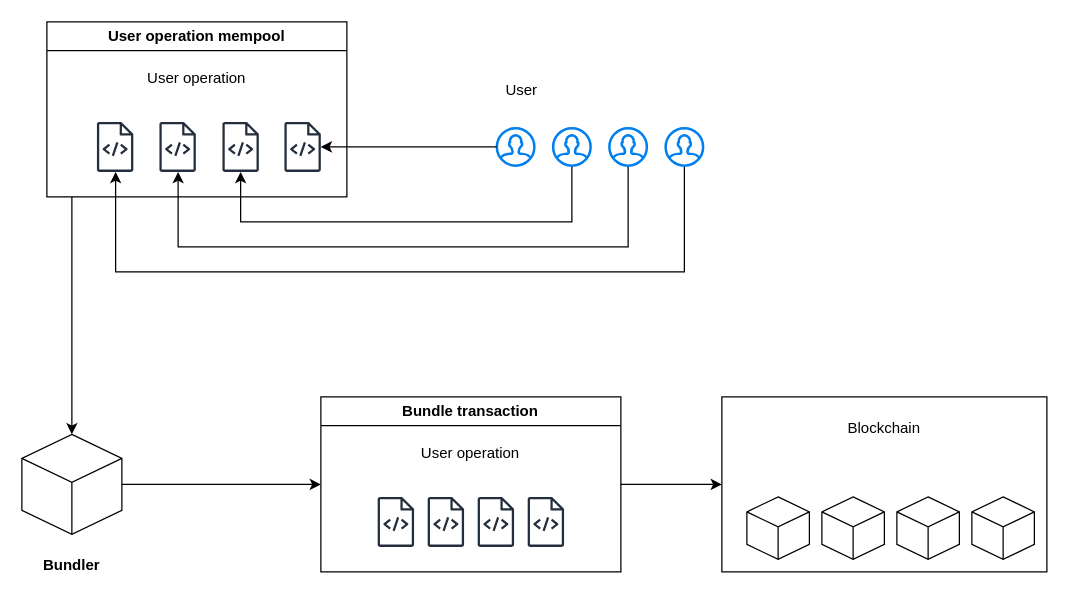
phamhongphuc1999/account-abstraction-app keeps this draw.io diagram as page "bundler" (3 of 23) of documents/master.drawio. Above is the earlier version. Source tidied: cells renumbered, new cells numbered last; positions are measured from the earlier drawing's top-left corner, leaving out a move shared by most shapes. Both pictures are drawn from the tidied source at 125%, with x=0, y=0 at pixel (21, 21).
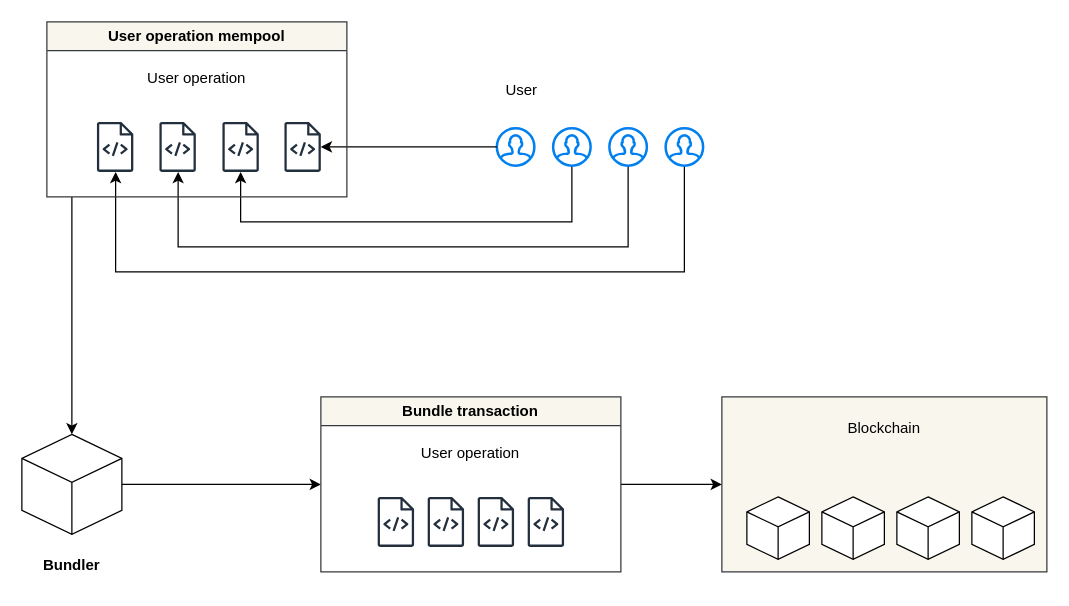
After the change.

What changed in the source:
```diff
@@
-    <mxCell id="2" style="rounded=0;whiteSpace=wrap;html=1;" parent="1" vertex="1">
+    <mxCell id="2" style="rounded=0;whiteSpace=wrap;html=1;fillColor=#f9f7ed;strokeColor=#36393d;" parent="1" vertex="1">
       <mxGeometry x="560" y="300" width="260" height="140" as="geometry" />
     </mxCell>
@@
-    <mxCell id="19" value="Bundle transaction" style="swimlane;whiteSpace=wrap;html=1;" parent="1" vertex="1">
+    <mxCell id="19" value="Bundle transaction" style="swimlane;whiteSpace=wrap;html=1;fillColor=#f9f7ed;strokeColor=#36393d;" parent="1" vertex="1">
       <mxGeometry x="239.2" y="300" width="240" height="140" as="geometry" />
     </mxCell>
@@
-    <mxCell id="25" value="User operation mempool" style="swimlane;whiteSpace=wrap;html=1;" parent="1" vertex="1">
+    <mxCell id="25" value="User operation mempool" style="swimlane;whiteSpace=wrap;html=1;fillColor=#f9f7ed;strokeColor=#36393d;startSize=23;" parent="1" vertex="1">
       <mxGeometry x="20" width="240" height="140" as="geometry" />
     </mxCell>
```
